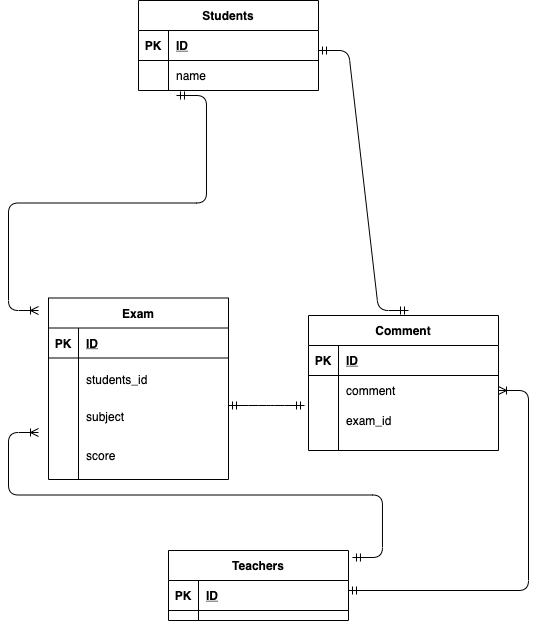
Before: er.drawio.png, a diagram exported from draw.io (miki42white/ER-test). Source tidied: cells renumbered, new cells last; positions are measured from the earlier drawing's top-left corner, leaving out a move shared by most shapes.
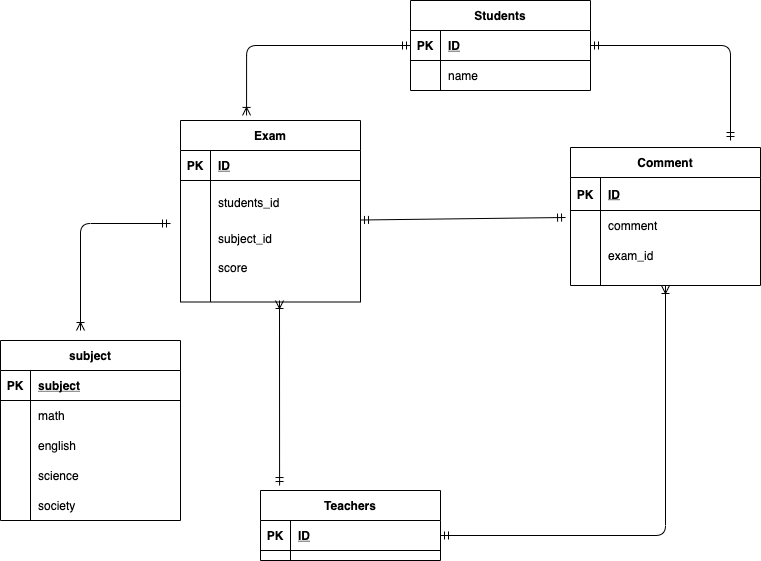
Above is the later version.

What changed in the source:
```diff
@@ -3,7 +3,7 @@
     <mxCell id="0" />
     <mxCell id="1" parent="0" />
     <mxCell id="2" value="Students" style="shape=table;startSize=30;rowLines=0;fontStyle=1;align=center;" parent="1" vertex="1">
-      <mxGeometry x="100" width="180" height="90" as="geometry" />
+      <mxGeometry x="360" y="-10" width="180" height="90" as="geometry" />
     </mxCell>
     <mxCell id="3" style="shape=partialRectangle;fillColor=none;top=0;left=0;bottom=1;right=0;points=[[0,0.5],[1,0.5]];portConstraint=eastwest;" parent="2" vertex="1">
       <mxGeometry y="30" width="180" height="30" as="geometry" />
@@ -24,7 +24,7 @@
       <mxGeometry x="30" width="150" height="30" as="geometry" />
     </mxCell>
     <mxCell id="9" value="Exam" style="shape=table;startSize=30;rowLines=0;fontStyle=1;align=center;" parent="1" vertex="1">
-      <mxGeometry x="10" y="297.5" width="180" height="181.5" as="geometry" />
+      <mxGeometry x="130" y="110" width="180" height="181.5" as="geometry" />
     </mxCell>
     <mxCell id="10" style="shape=partialRectangle;fillColor=none;top=0;left=0;bottom=1;right=0;" parent="9" vertex="1">
       <mxGeometry y="30" width="180" height="30" as="geometry" />
@@ -50,23 +50,23 @@
     <mxCell id="17" style="shape=partialRectangle;fillColor=none;top=0;left=0;bottom=0;right=0;overflow=hidden;" parent="16" vertex="1">
       <mxGeometry width="30" height="30" as="geometry" />
     </mxCell>
-    <mxCell id="18" value="subject" style="shape=partialRectangle;fillColor=none;top=0;left=0;bottom=0;right=0;align=left;spacingLeft=6;overflow=hidden;" parent="16" vertex="1">
+    <mxCell id="18" value="subject_id" style="shape=partialRectangle;fillColor=none;top=0;left=0;bottom=0;right=0;align=left;spacingLeft=6;overflow=hidden;" parent="16" vertex="1">
       <mxGeometry x="30" width="150" height="30" as="geometry" />
     </mxCell>
     <mxCell id="19" value="Comment" style="shape=table;startSize=30;rowLines=0;fontStyle=1;align=center;" parent="1" vertex="1">
-      <mxGeometry x="270" y="315" width="190" height="135" as="geometry" />
+      <mxGeometry x="520" y="137" width="190" height="138" as="geometry" />
     </mxCell>
     <mxCell id="20" style="shape=partialRectangle;fillColor=none;top=0;left=0;bottom=1;right=0;" parent="19" vertex="1">
-      <mxGeometry y="30" width="190" height="30" as="geometry" />
+      <mxGeometry y="30" width="190" height="33" as="geometry" />
     </mxCell>
     <mxCell id="21" value="PK" style="shape=partialRectangle;fillColor=none;top=0;left=0;bottom=0;right=0;fontStyle=1;overflow=hidden;" parent="20" vertex="1">
-      <mxGeometry width="30" height="30" as="geometry" />
+      <mxGeometry width="30" height="33" as="geometry" />
     </mxCell>
     <mxCell id="22" value="ID" style="shape=partialRectangle;fillColor=none;top=0;left=0;bottom=0;right=0;align=left;spacingLeft=6;fontStyle=5;overflow=hidden;" parent="20" vertex="1">
-      <mxGeometry x="30" width="160" height="30" as="geometry" />
+      <mxGeometry x="30" width="160" height="33" as="geometry" />
     </mxCell>
     <mxCell id="23" style="shape=partialRectangle;fillColor=none;top=0;left=0;bottom=0;right=0;points=[[0,0.5],[1,0.5]];portConstraint=eastwest;" parent="19" vertex="1">
-      <mxGeometry y="60" width="190" height="30" as="geometry" />
+      <mxGeometry y="63" width="190" height="30" as="geometry" />
     </mxCell>
     <mxCell id="24" style="shape=partialRectangle;fillColor=none;top=0;left=0;bottom=0;right=0;overflow=hidden;" parent="23" vertex="1">
       <mxGeometry width="30" height="30" as="geometry" />
@@ -75,7 +75,7 @@
       <mxGeometry x="30" width="160" height="30" as="geometry" />
     </mxCell>
     <mxCell id="26" style="shape=partialRectangle;fillColor=none;top=0;left=0;bottom=0;right=0;" parent="19" vertex="1">
-      <mxGeometry y="90" width="190" height="30" as="geometry" />
+      <mxGeometry y="93" width="190" height="30" as="geometry" />
     </mxCell>
     <mxCell id="27" style="shape=partialRectangle;fillColor=none;top=0;left=0;bottom=0;right=0;overflow=hidden;" parent="26" vertex="1">
       <mxGeometry width="30" height="30" as="geometry" />
@@ -84,7 +84,7 @@
       <mxGeometry x="30" width="160" height="30" as="geometry" />
     </mxCell>
     <mxCell id="29" value="Teachers" style="shape=table;startSize=30;rowLines=0;fontStyle=1;align=center;" parent="1" vertex="1">
-      <mxGeometry x="130" y="550" width="180" height="70" as="geometry" />
+      <mxGeometry x="210" y="480" width="180" height="70" as="geometry" />
     </mxCell>
     <mxCell id="30" style="shape=partialRectangle;fillColor=none;top=0;left=0;bottom=1;right=0;points=[[0,0.5],[1,0.5]];portConstraint=eastwest;" parent="29" vertex="1">
       <mxGeometry y="30" width="180" height="30" as="geometry" />
@@ -95,20 +95,13 @@
     <mxCell id="32" value="ID" style="shape=partialRectangle;fillColor=none;top=0;left=0;bottom=0;right=0;align=left;spacingLeft=6;fontStyle=5;overflow=hidden;" parent="30" vertex="1">
       <mxGeometry x="30" width="150" height="30" as="geometry" />
     </mxCell>
-    <mxCell id="33" style="edgeStyle=entityRelationEdgeStyle;fontSize=12;html=1;endArrow=ERmandOne;startArrow=ERmandOne;" parent="1" edge="1">
-      <mxGeometry relative="1" as="geometry">
-        <mxPoint x="190" y="405" as="sourcePoint" />
-        <mxPoint x="266" y="405" as="targetPoint" />
-      </mxGeometry>
-    </mxCell>
-    <mxCell id="34" style="edgeStyle=entityRelationEdgeStyle;fontSize=12;html=1;endArrow=ERmandOne;startArrow=ERmandOne;" parent="1" edge="1">
+    <mxCell id="34" style="edgeStyle=orthogonalEdgeStyle;fontSize=12;html=1;endArrow=ERmandOne;startArrow=ERmandOne;exitX=1;exitY=0.5;exitDx=0;exitDy=0;" parent="1" edge="1" source="3">
       <mxGeometry relative="1" as="geometry">
-        <mxPoint x="280" y="50" as="sourcePoint" />
-        <mxPoint x="370" y="310" as="targetPoint" />
+        <mxPoint x="680" y="130" as="targetPoint" />
       </mxGeometry>
     </mxCell>
     <mxCell id="35" style="shape=partialRectangle;fillColor=none;top=0;left=0;bottom=0;right=0;" parent="1" vertex="1">
-      <mxGeometry x="10" y="440" width="180" height="30" as="geometry" />
+      <mxGeometry x="130" y="242" width="180" height="30" as="geometry" />
     </mxCell>
     <mxCell id="36" style="shape=partialRectangle;fillColor=none;top=0;left=0;bottom=0;right=0;overflow=hidden;" parent="35" vertex="1">
       <mxGeometry width="30" height="30" as="geometry" />
@@ -116,20 +109,69 @@
     <mxCell id="37" value="score" style="shape=partialRectangle;fillColor=none;top=0;left=0;bottom=0;right=0;align=left;spacingLeft=6;overflow=hidden;" parent="35" vertex="1">
       <mxGeometry x="30" width="150" height="30" as="geometry" />
     </mxCell>
-    <mxCell id="38" style="edgeStyle=entityRelationEdgeStyle;fontSize=12;html=1;endArrow=ERoneToMany;startArrow=ERmandOne;" parent="1" edge="1" target="23">
-      <mxGeometry relative="1" as="geometry">
-        <mxPoint x="310" y="590" as="sourcePoint" />
-      </mxGeometry>
+    <mxCell id="38" style="fontSize=12;html=1;endArrow=ERoneToMany;startArrow=ERmandOne;exitX=1;exitY=0.5;exitDx=0;exitDy=0;entryX=0.5;entryY=1;entryDx=0;entryDy=0;edgeStyle=orthogonalEdgeStyle;" parent="1" edge="1" source="30" target="19">
+      <mxGeometry relative="1" as="geometry" />
     </mxCell>
-    <mxCell id="39" style="edgeStyle=entityRelationEdgeStyle;fontSize=12;html=1;endArrow=ERoneToMany;startArrow=ERmandOne;exitX=1.022;exitY=0.1;exitDx=0;exitDy=0;exitPerimeter=0;" parent="1" edge="1" source="29">
+    <mxCell id="39" style="fontSize=12;html=1;endArrow=ERoneToMany;startArrow=ERmandOne;exitX=0.106;exitY=-0.071;exitDx=0;exitDy=0;exitPerimeter=0;" parent="1" edge="1" source="29">
       <mxGeometry relative="1" as="geometry">
-        <mxPoint y="432" as="targetPoint" />
+        <mxPoint x="229" y="290" as="targetPoint" />
       </mxGeometry>
     </mxCell>
-    <mxCell id="40" style="edgeStyle=entityRelationEdgeStyle;fontSize=12;html=1;endArrow=ERoneToMany;startArrow=ERmandOne;exitX=0.211;exitY=1.167;exitDx=0;exitDy=0;exitPerimeter=0;" parent="1" edge="1" source="6">
-      <mxGeometry relative="1" as="geometry">
-        <mxPoint y="310" as="targetPoint" />
-      </mxGeometry>
+    <mxCell id="40" style="edgeStyle=orthogonalEdgeStyle;fontSize=12;html=1;endArrow=ERoneToMany;startArrow=ERmandOne;entryX=0.367;entryY=-0.028;entryDx=0;entryDy=0;entryPerimeter=0;" parent="1" edge="1" source="3" target="9">
+      <mxGeometry relative="1" as="geometry" />
     </mxCell>
+    <mxCell id="41" value="subject" style="shape=table;startSize=30;rowLines=0;fontStyle=1;align=center;" parent="1" vertex="1">
+      <mxGeometry x="-50" y="330" width="180" height="180" as="geometry" />
+    </mxCell>
+    <mxCell id="42" style="shape=partialRectangle;fillColor=none;top=0;left=0;bottom=1;right=0;" parent="41" vertex="1">
+      <mxGeometry y="30" width="180" height="30" as="geometry" />
+    </mxCell>
+    <mxCell id="43" value="PK" style="shape=partialRectangle;fillColor=none;top=0;left=0;bottom=0;right=0;fontStyle=1;overflow=hidden;" parent="42" vertex="1">
+      <mxGeometry width="30" height="30" as="geometry" />
+    </mxCell>
+    <mxCell id="44" value="subject" style="shape=partialRectangle;fillColor=none;top=0;left=0;bottom=0;right=0;align=left;spacingLeft=6;fontStyle=5;overflow=hidden;" parent="42" vertex="1">
+      <mxGeometry x="30" width="150" height="30" as="geometry" />
+    </mxCell>
+    <mxCell id="45" style="shape=partialRectangle;fillColor=none;top=0;left=0;bottom=0;right=0;" parent="41" vertex="1">
+      <mxGeometry y="60" width="180" height="30" as="geometry" />
+    </mxCell>
+    <mxCell id="46" style="shape=partialRectangle;fillColor=none;top=0;left=0;bottom=0;right=0;overflow=hidden;" parent="45" vertex="1">
+      <mxGeometry width="30" height="30" as="geometry" />
+    </mxCell>
+    <mxCell id="47" value="math" style="shape=partialRectangle;fillColor=none;top=0;left=0;bottom=0;right=0;align=left;spacingLeft=6;overflow=hidden;" parent="45" vertex="1">
+      <mxGeometry x="30" width="150" height="30" as="geometry" />
+    </mxCell>
+    <mxCell id="48" style="shape=partialRectangle;fillColor=none;top=0;left=0;bottom=0;right=0;" parent="41" vertex="1">
+      <mxGeometry y="90" width="180" height="30" as="geometry" />
+    </mxCell>
+    <mxCell id="49" style="shape=partialRectangle;fillColor=none;top=0;left=0;bottom=0;right=0;overflow=hidden;" parent="48" vertex="1">
+      <mxGeometry width="30" height="30" as="geometry" />
+    </mxCell>
+    <mxCell id="50" value="english" style="shape=partialRectangle;fillColor=none;top=0;left=0;bottom=0;right=0;align=left;spacingLeft=6;overflow=hidden;" parent="48" vertex="1">
+      <mxGeometry x="30" width="150" height="30" as="geometry" />
+    </mxCell>
+    <mxCell id="51" style="shape=partialRectangle;fillColor=none;top=0;left=0;bottom=0;right=0;" parent="41" vertex="1">
+      <mxGeometry y="120" width="180" height="30" as="geometry" />
+    </mxCell>
+    <mxCell id="52" style="shape=partialRectangle;fillColor=none;top=0;left=0;bottom=0;right=0;overflow=hidden;" parent="51" vertex="1">
+      <mxGeometry width="30" height="30" as="geometry" />
+    </mxCell>
+    <mxCell id="53" value="science" style="shape=partialRectangle;fillColor=none;top=0;left=0;bottom=0;right=0;align=left;spacingLeft=6;overflow=hidden;" parent="51" vertex="1">
+      <mxGeometry x="30" width="150" height="30" as="geometry" />
+    </mxCell>
+    <mxCell id="54" style="fontSize=12;html=1;endArrow=ERmandOne;startArrow=ERmandOne;exitX=1;exitY=0.5;exitDx=0;exitDy=0;entryX=-0.026;entryY=0.233;entryDx=0;entryDy=0;entryPerimeter=0;" parent="1" edge="1" target="23">
+      <mxGeometry relative="1" as="geometry">
+        <mxPoint x="310" y="209.5" as="sourcePoint" />
+      </mxGeometry>
+    </mxCell>
+    <mxCell id="55" value="society" style="shape=partialRectangle;fillColor=none;top=0;left=0;bottom=0;right=0;align=left;spacingLeft=6;overflow=hidden;" parent="1" vertex="1">
+      <mxGeometry x="-20" y="480" width="150" height="30" as="geometry" />
+    </mxCell>
+    <mxCell id="56" style="edgeStyle=orthogonalEdgeStyle;fontSize=12;html=1;endArrow=ERoneToMany;startArrow=ERmandOne;" parent="1" edge="1">
+      <mxGeometry relative="1" as="geometry">
+        <mxPoint x="120" y="213" as="sourcePoint" />
+        <mxPoint x="30" y="320" as="targetPoint" />
+      </mxGeometry>
+    </mxCell>
   </root>
 </mxGraphModel>
```
